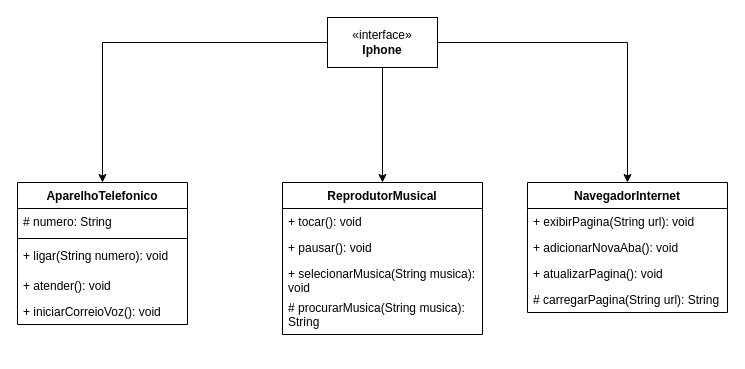
This is Desafio-Iphone-Interface-UML/Diagrama sem nome.drawio from eujacksonsales/dio-desafio-java-basico, a draw.io file, before an edit. Source tidied: cells renumbered, new cells numbered last; positions are measured from the earlier drawing's top-left corner, leaving out a move shared by most shapes. Both pictures are drawn from the tidied source at 100%, with x=0, y=0 at pixel (17, 17).
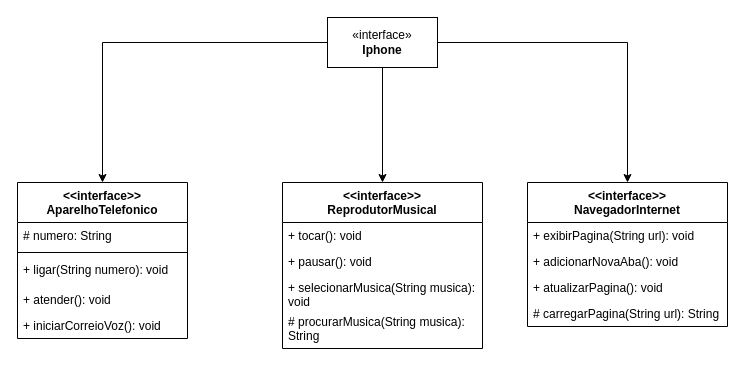
The same diagram, later.

The edit, as a diff of the source:
```diff
@@
-    <mxCell id="6" value="ReprodutorMusical" style="swimlane;fontStyle=1;align=center;verticalAlign=top;horizontal=1;startSize=26;whiteSpace=wrap;html=1;" parent="1" vertex="1">
-      <mxGeometry x="265" y="165" width="200" height="152" as="geometry" />
+    <mxCell id="6" value="&lt;div&gt;&amp;lt;&amp;lt;interface&amp;gt;&amp;gt;&lt;/div&gt;ReprodutorMusical" style="swimlane;fontStyle=1;align=center;verticalAlign=top;horizontal=1;startSize=40;whiteSpace=wrap;html=1;" parent="1" vertex="1">
+      <mxGeometry x="265" y="165" width="200" height="166" as="geometry" />
     </mxCell>
     <mxCell id="7" value="+ tocar(): void" style="text;strokeColor=none;fillColor=none;align=left;verticalAlign=top;spacingLeft=4;spacingRight=4;overflow=hidden;whiteSpace=wrap;html=1;" parent="6" vertex="1">
-      <mxGeometry y="26" width="200" height="26" as="geometry" />
+      <mxGeometry y="40" width="200" height="26" as="geometry" />
     </mxCell>
     <mxCell id="8" value="+ pausar(): void" style="text;strokeColor=none;fillColor=none;align=left;verticalAlign=top;spacingLeft=4;spacingRight=4;overflow=hidden;whiteSpace=wrap;html=1;" parent="6" vertex="1">
-      <mxGeometry y="52" width="200" height="26" as="geometry" />
+      <mxGeometry y="66" width="200" height="26" as="geometry" />
     </mxCell>
     <mxCell id="9" value="+ selecionarMusica(String musica): void" style="text;strokeColor=none;fillColor=none;align=left;verticalAlign=top;spacingLeft=4;spacingRight=4;overflow=hidden;whiteSpace=wrap;html=1;" parent="6" vertex="1">
-      <mxGeometry y="78" width="200" height="34" as="geometry" />
+      <mxGeometry y="92" width="200" height="34" as="geometry" />
     </mxCell>
     <mxCell id="10" value="# procurarMusica(String musica): String" style="text;strokeColor=none;fillColor=none;align=left;verticalAlign=top;spacingLeft=4;spacingRight=4;overflow=hidden;whiteSpace=wrap;html=1;" parent="6" vertex="1">
-      <mxGeometry y="112" width="200" height="40" as="geometry" />
+      <mxGeometry y="126" width="200" height="40" as="geometry" />
     </mxCell>
-    <mxCell id="11" value="AparelhoTelefonico" style="swimlane;fontStyle=1;align=center;verticalAlign=top;horizontal=1;startSize=26;whiteSpace=wrap;html=1;" parent="1" vertex="1">
-      <mxGeometry y="165" width="170" height="142" as="geometry" />
+    <mxCell id="11" value="&lt;div&gt;&amp;lt;&amp;lt;interface&amp;gt;&amp;gt;&lt;/div&gt;AparelhoTelefonico" style="swimlane;fontStyle=1;align=center;verticalAlign=top;horizontal=1;startSize=40;whiteSpace=wrap;html=1;" parent="1" vertex="1">
+      <mxGeometry y="165" width="170" height="156" as="geometry" />
     </mxCell>
     <mxCell id="12" value="# numero: String" style="text;strokeColor=none;fillColor=none;align=left;verticalAlign=top;spacingLeft=4;spacingRight=4;overflow=hidden;whiteSpace=wrap;html=1;" parent="11" vertex="1">
-      <mxGeometry y="26" width="170" height="26" as="geometry" />
+      <mxGeometry y="40" width="170" height="26" as="geometry" />
     </mxCell>
     <mxCell id="13" style="line;strokeWidth=1;fillColor=none;align=left;verticalAlign=middle;spacingTop=-1;spacingLeft=3;spacingRight=3;labelPosition=right;strokeColor=inherit;" parent="11" vertex="1">
-      <mxGeometry y="52" width="170" height="8" as="geometry" />
+      <mxGeometry y="66" width="170" height="8" as="geometry" />
     </mxCell>
     <mxCell id="14" value="+ ligar(String numero): void" style="text;strokeColor=none;fillColor=none;align=left;verticalAlign=top;spacingLeft=4;spacingRight=4;overflow=hidden;whiteSpace=wrap;html=1;" parent="11" vertex="1">
-      <mxGeometry y="60" width="170" height="30" as="geometry" />
+      <mxGeometry y="74" width="170" height="30" as="geometry" />
     </mxCell>
     <mxCell id="15" value="+ atender(): void" style="text;strokeColor=none;fillColor=none;align=left;verticalAlign=top;spacingLeft=4;spacingRight=4;overflow=hidden;whiteSpace=wrap;html=1;" parent="11" vertex="1">
-      <mxGeometry y="90" width="170" height="26" as="geometry" />
+      <mxGeometry y="104" width="170" height="26" as="geometry" />
     </mxCell>
     <mxCell id="16" value="+ iniciarCorreioVoz(): void" style="text;strokeColor=none;fillColor=none;align=left;verticalAlign=top;spacingLeft=4;spacingRight=4;overflow=hidden;whiteSpace=wrap;html=1;" parent="11" vertex="1">
-      <mxGeometry y="116" width="170" height="26" as="geometry" />
+      <mxGeometry y="130" width="170" height="26" as="geometry" />
     </mxCell>
-    <mxCell id="17" value="NavegadorInternet" style="swimlane;fontStyle=1;align=center;verticalAlign=top;horizontal=1;startSize=26;whiteSpace=wrap;html=1;" parent="1" vertex="1">
-      <mxGeometry x="510" y="165" width="200" height="130" as="geometry" />
+    <mxCell id="17" value="&lt;div&gt;&amp;lt;&amp;lt;interface&amp;gt;&amp;gt;&lt;/div&gt;NavegadorInternet" style="swimlane;fontStyle=1;align=center;verticalAlign=top;horizontal=1;startSize=40;whiteSpace=wrap;html=1;" parent="1" vertex="1">
+      <mxGeometry x="510" y="165" width="200" height="144" as="geometry" />
     </mxCell>
     <mxCell id="18" value="+ exibirPagina(String url): void" style="text;strokeColor=none;fillColor=none;align=left;verticalAlign=top;spacingLeft=4;spacingRight=4;overflow=hidden;whiteSpace=wrap;html=1;" parent="17" vertex="1">
-      <mxGeometry y="26" width="200" height="26" as="geometry" />
+      <mxGeometry y="40" width="200" height="26" as="geometry" />
     </mxCell>
     <mxCell id="19" value="+ adicionarNovaAba(): void" style="text;strokeColor=none;fillColor=none;align=left;verticalAlign=top;spacingLeft=4;spacingRight=4;overflow=hidden;whiteSpace=wrap;html=1;" parent="17" vertex="1">
-      <mxGeometry y="52" width="200" height="26" as="geometry" />
+      <mxGeometry y="66" width="200" height="26" as="geometry" />
     </mxCell>
     <mxCell id="20" value="+ atualizarPagina(): void" style="text;strokeColor=none;fillColor=none;align=left;verticalAlign=top;spacingLeft=4;spacingRight=4;overflow=hidden;whiteSpace=wrap;html=1;" parent="17" vertex="1">
-      <mxGeometry y="78" width="200" height="26" as="geometry" />
+      <mxGeometry y="92" width="200" height="26" as="geometry" />
     </mxCell>
     <mxCell id="21" value="# carregarPagina(String url): String" style="text;strokeColor=none;fillColor=none;align=left;verticalAlign=top;spacingLeft=4;spacingRight=4;overflow=hidden;whiteSpace=wrap;html=1;" parent="17" vertex="1">
-      <mxGeometry y="104" width="200" height="26" as="geometry" />
+      <mxGeometry y="118" width="200" height="26" as="geometry" />
     </mxCell>
```
